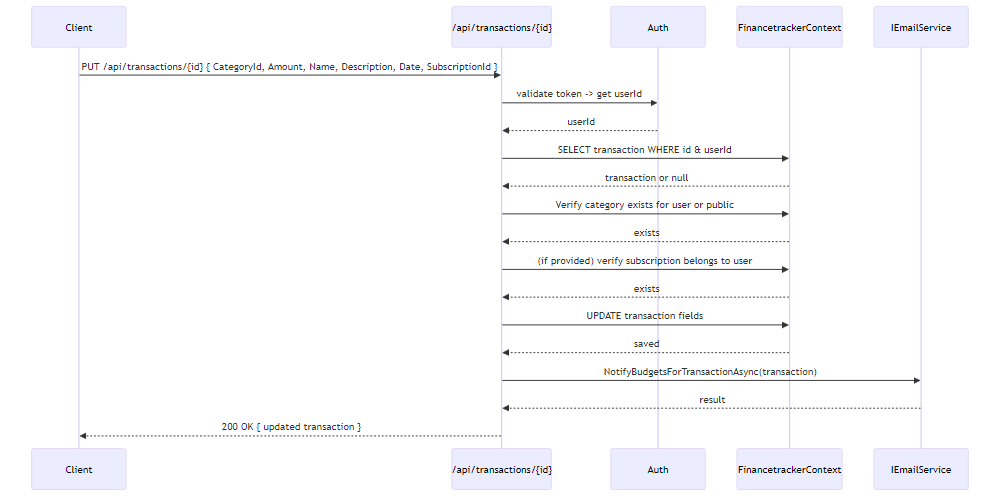
Before: docs/sequence-diagrams/transactions/diagrams/update-transaction_1.png, a diagram exported from Mermaid (cimpa2004/financeTracker). Its source is kept beside it as docs/sequence-diagrams/transactions/diagrams/update-transaction_1.mmd. Its diagram source:
```mermaid
sequenceDiagram
    participant Client
    participant API as /api/transactions/{id}
    participant Auth
    participant Db as FinancetrackerContext
    participant Email as IEmailService

    Client->>API: PUT /api/transactions/{id} { CategoryId, Amount, Name, Description, Date, SubscriptionId }
    API->>Auth: validate token -> get userId
    Auth-->>API: userId
    API->>Db: SELECT transaction WHERE id & userId
    Db-->>API: transaction or null
    API->>Db: Verify category exists for user or public
    Db-->>API: exists
    API->>Db: (if provided) verify subscription belongs to user
    Db-->>API: exists
    API->>Db: UPDATE transaction fields
    Db-->>API: saved
    API->>Email: NotifyBudgetsForTransactionAsync(transaction)
    Email-->>API: result
    API-->>Client: 200 OK { updated transaction }
```
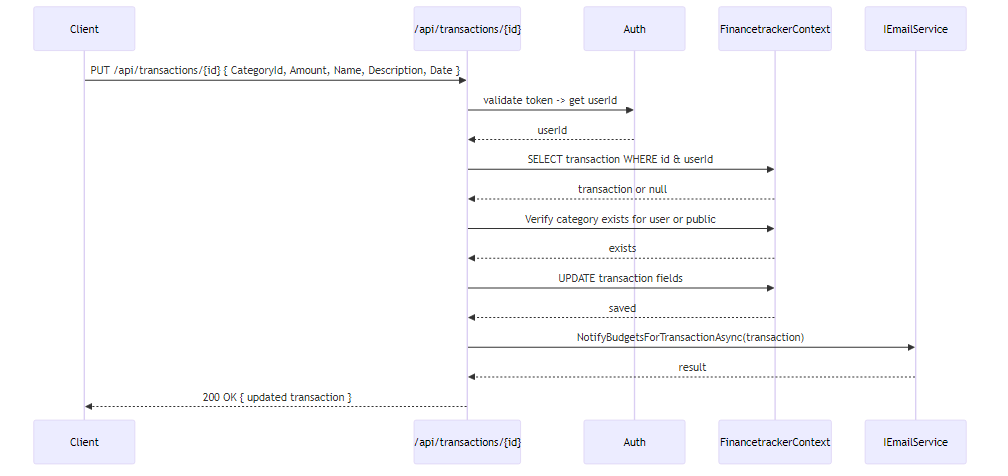
After the change.

Change to the diagram source:
```diff
@@ -5,15 +5,13 @@
     participant Db as FinancetrackerContext
     participant Email as IEmailService
 
-    Client->>API: PUT /api/transactions/{id} { CategoryId, Amount, Name, Description, Date, SubscriptionId }
+    Client->>API: PUT /api/transactions/{id} { CategoryId, Amount, Name, Description, Date }
     API->>Auth: validate token -> get userId
     Auth-->>API: userId
     API->>Db: SELECT transaction WHERE id & userId
     Db-->>API: transaction or null
     API->>Db: Verify category exists for user or public
     Db-->>API: exists
-    API->>Db: (if provided) verify subscription belongs to user
-    Db-->>API: exists
     API->>Db: UPDATE transaction fields
     Db-->>API: saved
     API->>Email: NotifyBudgetsForTransactionAsync(transaction)
```
